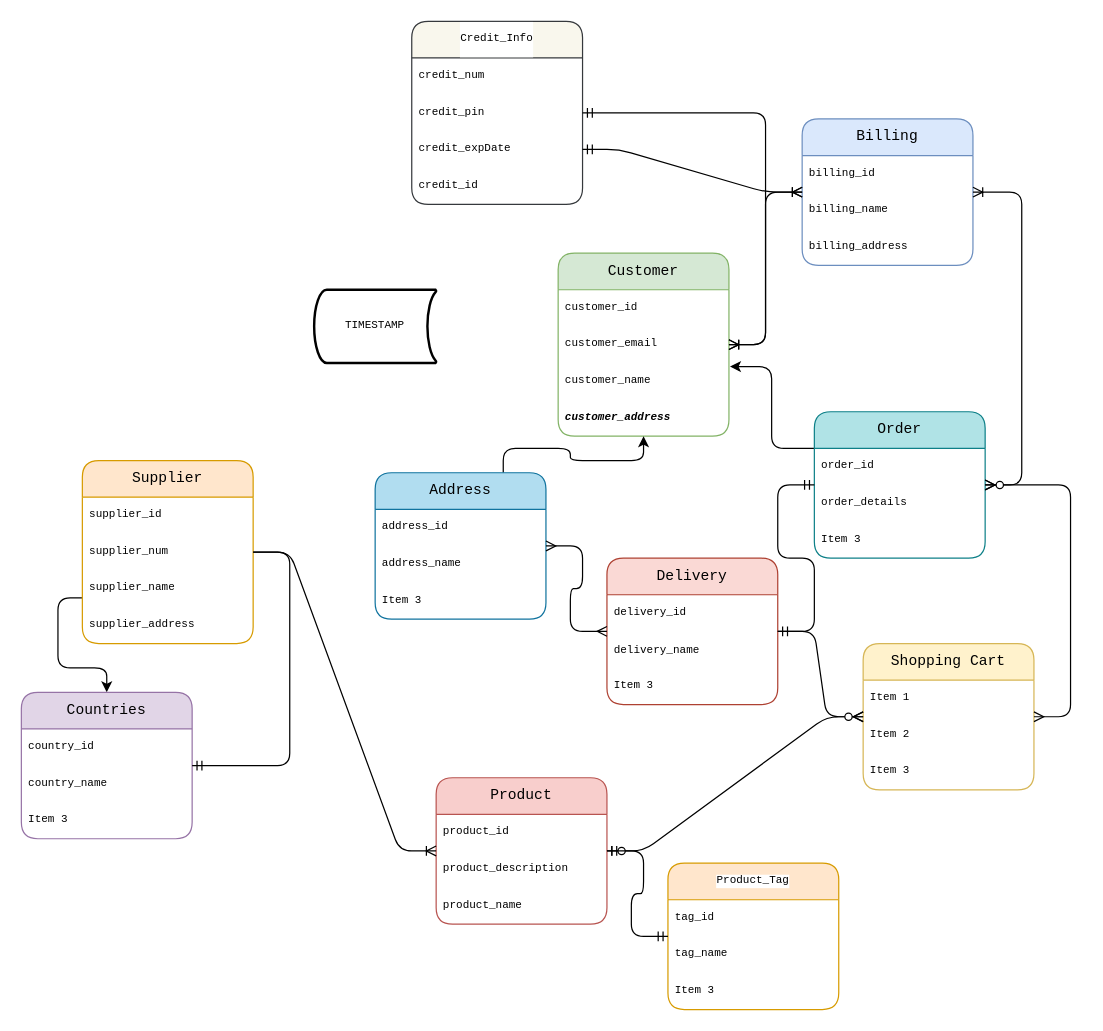
Earlier version of the draw.io diagram Untitled Diagram.drawio (silvercode0/Amazoom). Source tidied: cells renumbered, new cells numbered last; positions are measured from the earlier drawing's top-left corner, leaving out a move shared by most shapes. Both pictures are drawn from the tidied source at 122%, with x=0, y=0 at pixel (21, 21).
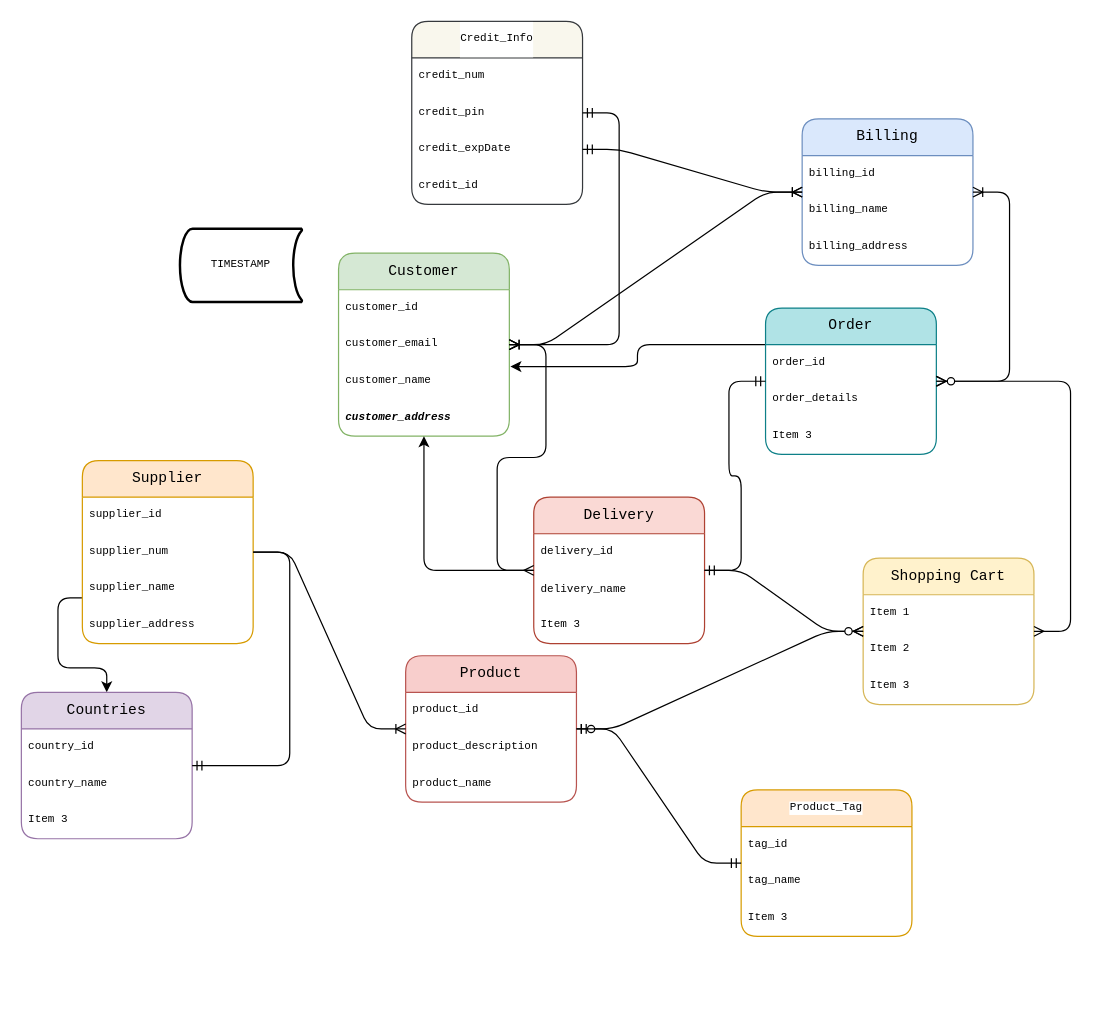
After the change.

Change to the diagram source:
```diff
@@
     <mxCell id="3" value="Order" style="swimlane;fontStyle=0;horizontal=1;startSize=30;whiteSpace=wrap;html=1;fontFamily=Courier New;fillColor=#b0e3e6;strokeColor=#0e8088;rounded=1;" parent="1" vertex="1">
-      <mxGeometry x="650" y="320" width="140" height="120" as="geometry" />
+      <mxGeometry x="610" y="235" width="140" height="120" as="geometry" />
     </mxCell>
@@
     <mxCell id="13" value="Customer" style="swimlane;fontStyle=0;horizontal=1;startSize=30;whiteSpace=wrap;html=1;fontFamily=Courier New;labelBackgroundColor=none;fillColor=#d5e8d4;strokeColor=#82b366;rounded=1;" parent="1" vertex="1">
-      <mxGeometry x="440" y="190" width="140" height="150" as="geometry" />
+      <mxGeometry x="260" y="190" width="140" height="150" as="geometry" />
     </mxCell>
@@
-    <mxCell id="18" style="edgeStyle=orthogonalEdgeStyle;rounded=1;jettySize=auto;html=1;exitX=0.75;exitY=0;exitDx=0;exitDy=0;" parent="1" edge="1" source="19" target="13">
+    <mxCell id="18" style="edgeStyle=orthogonalEdgeStyle;rounded=1;jettySize=auto;html=1;" parent="1" edge="1" source="38" target="13">
       <mxGeometry relative="1" as="geometry" />
     </mxCell>
-    <mxCell id="19" value="Address" style="swimlane;fontStyle=0;horizontal=1;startSize=30;whiteSpace=wrap;html=1;fontFamily=Courier New;fontSize=12;fillColor=#b1ddf0;strokeColor=#10739e;rounded=1;" parent="1" vertex="1">
-      <mxGeometry x="290" y="370" width="140" height="120" as="geometry" />
-    </mxCell>
-    <mxCell id="20" value="address_id" style="text;strokeColor=none;fillColor=none;align=left;verticalAlign=middle;spacingLeft=4;spacingRight=4;overflow=hidden;whiteSpace=wrap;html=1;fontSize=9;fontFamily=Courier New;rounded=1;" parent="19" vertex="1">
-      <mxGeometry y="30" width="140" height="30" as="geometry" />
-    </mxCell>
-    <mxCell id="21" value="address_name" style="text;strokeColor=none;fillColor=none;align=left;verticalAlign=middle;spacingLeft=4;spacingRight=4;overflow=hidden;whiteSpace=wrap;html=1;fontSize=9;fontFamily=Courier New;rounded=1;" parent="19" vertex="1">
-      <mxGeometry y="60" width="140" height="30" as="geometry" />
-    </mxCell>
-    <mxCell id="22" value="Item 3" style="text;strokeColor=none;fillColor=none;align=left;verticalAlign=middle;spacingLeft=4;spacingRight=4;overflow=hidden;whiteSpace=wrap;html=1;fontSize=9;fontFamily=Courier New;rounded=1;" parent="19" vertex="1">
-      <mxGeometry y="90" width="140" height="30" as="geometry" />
-    </mxCell>
     <mxCell id="23" value="Product" style="swimlane;fontStyle=0;horizontal=1;startSize=30;whiteSpace=wrap;html=1;fontFamily=Courier New;fontSize=12;fillColor=#f8cecc;strokeColor=#b85450;rounded=1;" parent="1" vertex="1">
-      <mxGeometry x="340" y="620" width="140" height="120" as="geometry" />
+      <mxGeometry x="315" y="520" width="140" height="120" as="geometry" />
     </mxCell>
@@
     <mxCell id="27" value="Shopping Cart" style="swimlane;fontStyle=0;horizontal=1;startSize=30;whiteSpace=wrap;html=1;fontFamily=Courier New;fontSize=12;fillColor=#fff2cc;strokeColor=#d6b656;rounded=1;" parent="1" vertex="1">
-      <mxGeometry x="690" y="510" width="140" height="120" as="geometry" />
+      <mxGeometry x="690" y="440" width="140" height="120" as="geometry" />
     </mxCell>
@@
     <mxCell id="38" value="Delivery" style="swimlane;fontStyle=0;horizontal=1;startSize=30;whiteSpace=wrap;html=1;fillColor=#fad9d5;strokeColor=#ae4132;rounded=1;fontFamily=Courier New;" parent="1" vertex="1">
-      <mxGeometry x="480" y="440" width="140" height="120" as="geometry" />
+      <mxGeometry x="420" y="390" width="140" height="120" as="geometry" />
     </mxCell>
@@
     <mxCell id="51" value="TIMESTAMP" style="strokeWidth=2;html=1;shape=mxgraph.flowchart.stored_data;whiteSpace=wrap;hachureGap=4;fontFamily=Courier New;fontSize=9;rounded=1;" parent="1" vertex="1">
-      <mxGeometry x="240" y="220" width="100" height="60" as="geometry" />
+      <mxGeometry x="130" y="170" width="100" height="60" as="geometry" />
     </mxCell>
     <mxCell id="52" value="Product_Tag" style="swimlane;fontStyle=0;horizontal=1;startSize=30;whiteSpace=wrap;html=1;labelBackgroundColor=default;fontFamily=Courier New;fontSize=9;fillColor=#ffe6cc;strokeColor=#d79b00;rounded=1;" parent="1" vertex="1">
-      <mxGeometry x="530" y="690" width="140" height="120" as="geometry" />
+      <mxGeometry x="590" y="630" width="140" height="120" as="geometry" />
     </mxCell>
@@
-    <mxCell id="64" style="edgeStyle=entityRelationEdgeStyle;fontSize=12;html=1;endArrow=ERmany;startArrow=ERmany;rounded=1;fontFamily=Courier New;" parent="1" edge="1" source="19" target="38">
+    <mxCell id="64" style="edgeStyle=entityRelationEdgeStyle;fontSize=12;html=1;endArrow=ERmany;startArrow=ERmany;rounded=1;fontFamily=Courier New;" parent="1" edge="1" source="13" target="38">
       <mxGeometry relative="1" as="geometry" />
     </mxCell>
```
